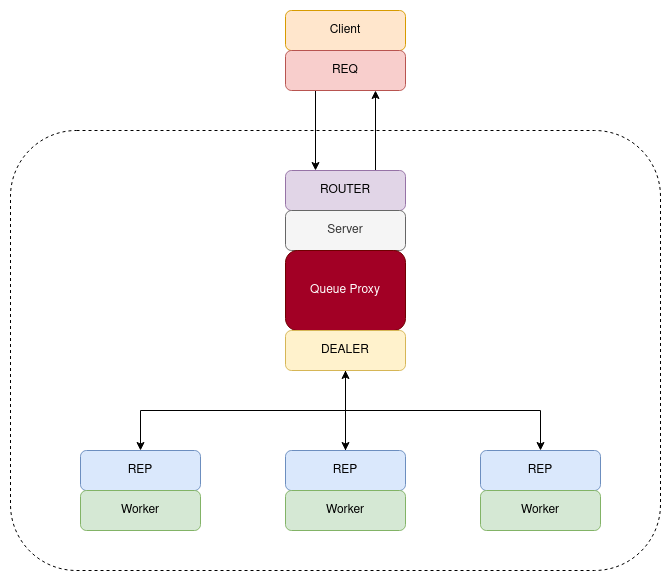
da0p/GithubPage keeps this draw.io diagram as docs/assets/multithreaded_server.drawio.png. Above is the earlier version. Source tidied: cells renumbered, new cells last; positions are measured from the earlier drawing's top-left corner, leaving out a move shared by most shapes. The source it was exported from:
```xml
<mxGraphModel>
  <root>
    <mxCell id="0" />
    <mxCell id="1" parent="0" />
    <mxCell id="2" style="rounded=1;whiteSpace=wrap;html=1;dashed=1;" parent="1" vertex="1">
      <mxGeometry y="120" width="650" height="440" as="geometry" />
    </mxCell>
    <mxCell id="3" value="Client" style="rounded=1;whiteSpace=wrap;html=1;fillColor=#ffe6cc;strokeColor=#d79b00;" parent="1" vertex="1">
      <mxGeometry x="275" width="120" height="40" as="geometry" />
    </mxCell>
    <mxCell id="4" style="edgeStyle=orthogonalEdgeStyle;rounded=0;jettySize=auto;html=1;exitX=0.25;exitY=1;exitDx=0;exitDy=0;entryX=0.25;entryY=0;entryDx=0;entryDy=0;" parent="1" edge="1" source="5" target="7">
      <mxGeometry relative="1" as="geometry" />
    </mxCell>
    <mxCell id="5" value="REQ" style="rounded=1;whiteSpace=wrap;html=1;fillColor=#f8cecc;strokeColor=#b85450;" parent="1" vertex="1">
      <mxGeometry x="275" y="40" width="120" height="40" as="geometry" />
    </mxCell>
    <mxCell id="6" style="edgeStyle=orthogonalEdgeStyle;rounded=0;jettySize=auto;html=1;exitX=0.75;exitY=0;exitDx=0;exitDy=0;entryX=0.75;entryY=1;entryDx=0;entryDy=0;" parent="1" edge="1" source="7" target="5">
      <mxGeometry relative="1" as="geometry" />
    </mxCell>
    <mxCell id="7" value="ROUTER" style="rounded=1;whiteSpace=wrap;html=1;fillColor=#e1d5e7;strokeColor=#9673a6;" parent="1" vertex="1">
      <mxGeometry x="275" y="160" width="120" height="40" as="geometry" />
    </mxCell>
    <mxCell id="8" value="Server" style="rounded=1;whiteSpace=wrap;html=1;fillColor=#f5f5f5;fontColor=#333333;strokeColor=#666666;" parent="1" vertex="1">
      <mxGeometry x="275" y="200" width="120" height="40" as="geometry" />
    </mxCell>
    <mxCell id="9" value="Queue Proxy" style="rounded=1;whiteSpace=wrap;html=1;fillColor=#a20025;fontColor=#ffffff;strokeColor=#6F0000;" parent="1" vertex="1">
      <mxGeometry x="275" y="240" width="120" height="80" as="geometry" />
    </mxCell>
    <mxCell id="10" style="edgeStyle=orthogonalEdgeStyle;rounded=0;jettySize=auto;html=1;exitX=0.5;exitY=1;exitDx=0;exitDy=0;entryX=0.5;entryY=0;entryDx=0;entryDy=0;" parent="1" edge="1" source="13" target="17">
      <mxGeometry relative="1" as="geometry" />
    </mxCell>
    <mxCell id="11" style="edgeStyle=orthogonalEdgeStyle;rounded=0;jettySize=auto;html=1;exitX=0.5;exitY=1;exitDx=0;exitDy=0;entryX=0.5;entryY=0;entryDx=0;entryDy=0;" parent="1" edge="1" source="13" target="14">
      <mxGeometry relative="1" as="geometry" />
    </mxCell>
    <mxCell id="12" style="edgeStyle=orthogonalEdgeStyle;rounded=0;jettySize=auto;html=1;exitX=0.5;exitY=1;exitDx=0;exitDy=0;entryX=0.5;entryY=0;entryDx=0;entryDy=0;" parent="1" edge="1" source="13" target="19">
      <mxGeometry relative="1" as="geometry" />
    </mxCell>
    <mxCell id="13" value="DEALER" style="rounded=1;whiteSpace=wrap;html=1;fillColor=#fff2cc;strokeColor=#d6b656;" parent="1" vertex="1">
      <mxGeometry x="275" y="320" width="120" height="40" as="geometry" />
    </mxCell>
    <mxCell id="14" value="REP" style="rounded=1;whiteSpace=wrap;html=1;fillColor=#dae8fc;strokeColor=#6c8ebf;" parent="1" vertex="1">
      <mxGeometry x="70" y="440" width="120" height="40" as="geometry" />
    </mxCell>
    <mxCell id="15" value="Worker" style="rounded=1;whiteSpace=wrap;html=1;fillColor=#d5e8d4;strokeColor=#82b366;" parent="1" vertex="1">
      <mxGeometry x="70" y="480" width="120" height="40" as="geometry" />
    </mxCell>
    <mxCell id="16" style="edgeStyle=orthogonalEdgeStyle;rounded=0;jettySize=auto;html=1;exitX=0.5;exitY=0;exitDx=0;exitDy=0;entryX=0.5;entryY=1;entryDx=0;entryDy=0;" parent="1" edge="1" source="17" target="13">
      <mxGeometry relative="1" as="geometry" />
    </mxCell>
    <mxCell id="17" value="REP" style="rounded=1;whiteSpace=wrap;html=1;fillColor=#dae8fc;strokeColor=#6c8ebf;" parent="1" vertex="1">
      <mxGeometry x="275" y="440" width="120" height="40" as="geometry" />
    </mxCell>
    <mxCell id="18" value="Worker" style="rounded=1;whiteSpace=wrap;html=1;fillColor=#d5e8d4;strokeColor=#82b366;" parent="1" vertex="1">
      <mxGeometry x="275" y="480" width="120" height="40" as="geometry" />
    </mxCell>
    <mxCell id="19" value="REP" style="rounded=1;whiteSpace=wrap;html=1;fillColor=#dae8fc;strokeColor=#6c8ebf;" parent="1" vertex="1">
      <mxGeometry x="470" y="440" width="120" height="40" as="geometry" />
    </mxCell>
    <mxCell id="20" value="Worker" style="rounded=1;whiteSpace=wrap;html=1;fillColor=#d5e8d4;strokeColor=#82b366;" parent="1" vertex="1">
      <mxGeometry x="470" y="480" width="120" height="40" as="geometry" />
    </mxCell>
  </root>
</mxGraphModel>
```
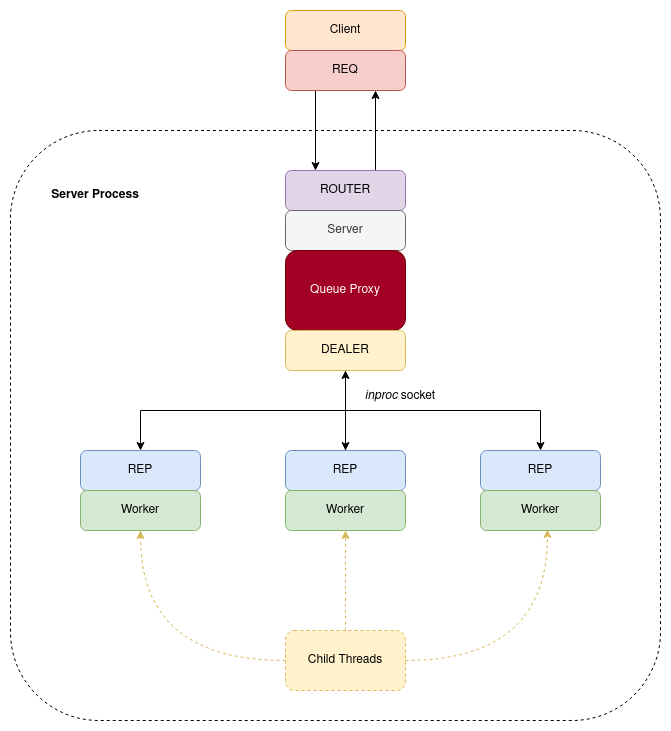
After the commit.

The edit, as a diff of the source:
```diff
@@ -3,7 +3,7 @@
     <mxCell id="0" />
     <mxCell id="1" parent="0" />
     <mxCell id="2" style="rounded=1;whiteSpace=wrap;html=1;dashed=1;" parent="1" vertex="1">
-      <mxGeometry y="120" width="650" height="440" as="geometry" />
+      <mxGeometry y="120" width="650" height="590" as="geometry" />
     </mxCell>
     <mxCell id="3" value="Client" style="rounded=1;whiteSpace=wrap;html=1;fillColor=#ffe6cc;strokeColor=#d79b00;" parent="1" vertex="1">
       <mxGeometry x="275" width="120" height="40" as="geometry" />
@@ -59,5 +59,23 @@
     <mxCell id="20" value="Worker" style="rounded=1;whiteSpace=wrap;html=1;fillColor=#d5e8d4;strokeColor=#82b366;" parent="1" vertex="1">
       <mxGeometry x="470" y="480" width="120" height="40" as="geometry" />
     </mxCell>
+    <mxCell id="21" value="&lt;i&gt;inproc&lt;/i&gt;&amp;nbsp;socket" style="text;html=1;align=center;verticalAlign=middle;whiteSpace=wrap;rounded=0;" parent="1" vertex="1">
+      <mxGeometry x="340" y="370" width="100" height="30" as="geometry" />
+    </mxCell>
+    <mxCell id="22" style="edgeStyle=orthogonalEdgeStyle;rounded=0;jettySize=auto;html=1;exitX=0;exitY=0.5;exitDx=0;exitDy=0;entryX=0.5;entryY=1;entryDx=0;entryDy=0;curved=1;fillColor=#fff2cc;strokeColor=#d6b656;dashed=1;" parent="1" edge="1" source="24" target="15">
+      <mxGeometry relative="1" as="geometry" />
+    </mxCell>
+    <mxCell id="23" style="edgeStyle=orthogonalEdgeStyle;rounded=0;jettySize=auto;html=1;exitX=0.5;exitY=0;exitDx=0;exitDy=0;entryX=0.5;entryY=1;entryDx=0;entryDy=0;curved=1;dashed=1;fillColor=#fff2cc;strokeColor=#d6b656;" parent="1" edge="1" source="24" target="18">
+      <mxGeometry relative="1" as="geometry" />
+    </mxCell>
+    <mxCell id="24" value="Child Threads" style="rounded=1;whiteSpace=wrap;html=1;fillColor=#fff2cc;strokeColor=#d6b656;dashed=1;" parent="1" vertex="1">
+      <mxGeometry x="275" y="620" width="120" height="60" as="geometry" />
+    </mxCell>
+    <mxCell id="25" style="edgeStyle=orthogonalEdgeStyle;rounded=0;jettySize=auto;html=1;exitX=1;exitY=0.5;exitDx=0;exitDy=0;entryX=0.558;entryY=0.975;entryDx=0;entryDy=0;entryPerimeter=0;fillColor=#fff2cc;strokeColor=#d6b656;curved=1;dashed=1;" parent="1" edge="1" source="24" target="20">
+      <mxGeometry relative="1" as="geometry" />
+    </mxCell>
+    <mxCell id="26" value="&lt;b&gt;Server Process&lt;/b&gt;" style="text;html=1;align=center;verticalAlign=middle;whiteSpace=wrap;rounded=0;" parent="1" vertex="1">
+      <mxGeometry x="30" y="170" width="110" height="30" as="geometry" />
+    </mxCell>
   </root>
 </mxGraphModel>
```
